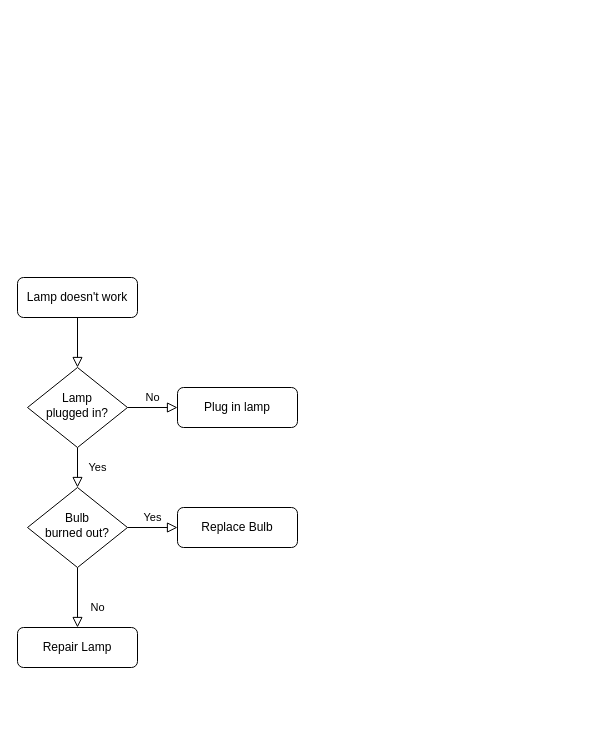
This is diagrama/Untitled Diagram.drawio from MelonSodaCat/Kampfi---Los-4-Fantastibots, a draw.io file, before an edit. Source tidied: cells renumbered, new cells numbered last; positions are measured from the earlier drawing's top-left corner, leaving out a move shared by most shapes. Both pictures are drawn from the tidied source at 100%, with x=0, y=0 at pixel (17, 277).
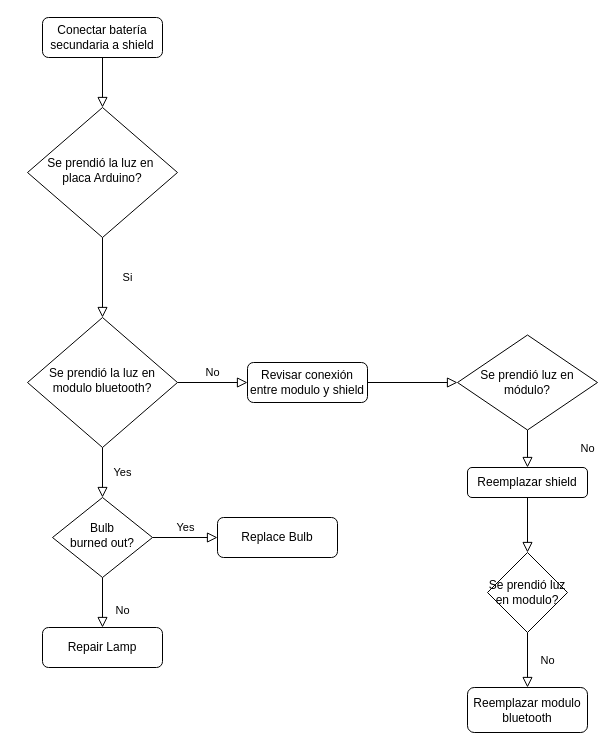
The same diagram, later.

Commit message:
Avance con el diagrama

The edit, as a diff of the source:
```diff
@@
-    <mxCell id="2" style="rounded=0;html=1;jettySize=auto;fontSize=11;endArrow=block;endFill=0;endSize=8;strokeWidth=1;shadow=0;labelBackgroundColor=none;edgeStyle=orthogonalEdgeStyle;" parent="1" edge="1" source="3" target="6">
+    <mxCell id="2" style="rounded=0;html=1;jettySize=auto;fontSize=11;endArrow=block;endFill=0;endSize=8;strokeWidth=1;shadow=0;labelBackgroundColor=none;edgeStyle=orthogonalEdgeStyle;entryX=0.5;entryY=0;entryDx=0;entryDy=0;" parent="1" edge="1" source="3" target="23">
       <mxGeometry relative="1" as="geometry" />
     </mxCell>
-    <mxCell id="3" value="Lamp doesn't work" style="rounded=1;whiteSpace=wrap;html=1;fontSize=12;glass=0;strokeWidth=1;shadow=0;" parent="1" vertex="1">
-      <mxGeometry width="120" height="40" as="geometry" />
+    <mxCell id="3" value="Conectar batería secundaria a shield" style="rounded=1;whiteSpace=wrap;html=1;fontSize=12;glass=0;strokeWidth=1;shadow=0;" parent="1" vertex="1">
+      <mxGeometry x="25" y="-260" width="120" height="40" as="geometry" />
     </mxCell>
@@
-    <mxCell id="6" value="Lamp&lt;br&gt;plugged in?" style="rhombus;whiteSpace=wrap;html=1;shadow=0;fontFamily=Helvetica;fontSize=12;align=center;strokeWidth=1;spacing=6;spacingTop=-4;" parent="1" vertex="1">
-      <mxGeometry x="10" y="90" width="100" height="80" as="geometry" />
+    <mxCell id="6" value="Se prendió la luz en modulo bluetooth?" style="rhombus;whiteSpace=wrap;html=1;shadow=0;fontFamily=Helvetica;fontSize=12;align=center;strokeWidth=1;spacing=6;spacingTop=-4;" parent="1" vertex="1">
+      <mxGeometry x="10" y="40" width="150" height="130" as="geometry" />
     </mxCell>
+    <mxCell id="13" style="edgeStyle=orthogonalEdgeStyle;rounded=0;jettySize=auto;html=1;entryX=0;entryY=0.5;entryDx=0;entryDy=0;endArrow=block;endFill=0;endSize=8;" parent="1" edge="1" source="7" target="15">
+      <mxGeometry relative="1" as="geometry" />
+    </mxCell>
-    <mxCell id="7" value="Plug in lamp" style="rounded=1;whiteSpace=wrap;html=1;fontSize=12;glass=0;strokeWidth=1;shadow=0;" parent="1" vertex="1">
-      <mxGeometry x="160" y="110" width="120" height="40" as="geometry" />
+    <mxCell id="7" value="Revisar conexión entre modulo y shield" style="rounded=1;whiteSpace=wrap;html=1;fontSize=12;glass=0;strokeWidth=1;shadow=0;" parent="1" vertex="1">
+      <mxGeometry x="230" y="85" width="120" height="40" as="geometry" />
     </mxCell>
@@
     <mxCell id="10" value="Bulb&lt;br&gt;burned out?" style="rhombus;whiteSpace=wrap;html=1;shadow=0;fontFamily=Helvetica;fontSize=12;align=center;strokeWidth=1;spacing=6;spacingTop=-4;" parent="1" vertex="1">
-      <mxGeometry x="10" y="210" width="100" height="80" as="geometry" />
+      <mxGeometry x="35" y="220" width="100" height="80" as="geometry" />
     </mxCell>
     <mxCell id="11" value="Repair Lamp" style="rounded=1;whiteSpace=wrap;html=1;fontSize=12;glass=0;strokeWidth=1;shadow=0;" parent="1" vertex="1">
-      <mxGeometry y="350" width="120" height="40" as="geometry" />
+      <mxGeometry x="25" y="350" width="120" height="40" as="geometry" />
     </mxCell>
     <mxCell id="12" value="Replace Bulb" style="rounded=1;whiteSpace=wrap;html=1;fontSize=12;glass=0;strokeWidth=1;shadow=0;" parent="1" vertex="1">
-      <mxGeometry x="160" y="230" width="120" height="40" as="geometry" />
+      <mxGeometry x="200" y="240" width="120" height="40" as="geometry" />
     </mxCell>
+    <mxCell id="14" value="No" style="edgeStyle=orthogonalEdgeStyle;rounded=0;jettySize=auto;html=1;endArrow=block;endFill=0;endSize=8;" parent="1" edge="1" source="15" target="17">
+      <mxGeometry x="0.06" y="20" relative="1" as="geometry">
+        <mxPoint x="40" as="offset" />
+      </mxGeometry>
+    </mxCell>
+    <mxCell id="15" value="Se prendió luz en módulo?" style="rhombus;whiteSpace=wrap;html=1;" parent="1" vertex="1">
+      <mxGeometry x="440" y="57.5" width="140" height="95" as="geometry" />
+    </mxCell>
+    <mxCell id="16" style="edgeStyle=orthogonalEdgeStyle;rounded=0;jettySize=auto;html=1;endArrow=block;endFill=0;endSize=8;" parent="1" edge="1" source="17" target="20">
+      <mxGeometry relative="1" as="geometry" />
+    </mxCell>
+    <mxCell id="17" value="Reemplazar shield" style="whiteSpace=wrap;html=1;perimeterSpacing=0;rounded=1;" parent="1" vertex="1">
+      <mxGeometry x="450" y="190" width="120" height="30" as="geometry" />
+    </mxCell>
+    <mxCell id="18" style="edgeStyle=orthogonalEdgeStyle;rounded=0;orthogonalLoop=1;jettySize=auto;html=1;exitX=0.5;exitY=1;exitDx=0;exitDy=0;endArrow=block;endFill=0;endSize=8;" parent="1" edge="1" source="17" target="17">
+      <mxGeometry relative="1" as="geometry" />
+    </mxCell>
+    <mxCell id="19" value="No" style="edgeStyle=orthogonalEdgeStyle;rounded=0;jettySize=auto;html=1;endArrow=block;endFill=0;endSize=8;" parent="1" edge="1" source="20" target="21">
+      <mxGeometry y="20" relative="1" as="geometry" />
+    </mxCell>
+    <mxCell id="20" value="Se prendió luz en modulo?" style="rhombus;whiteSpace=wrap;html=1;rounded=0;" parent="1" vertex="1">
+      <mxGeometry x="470" y="275" width="80" height="80" as="geometry" />
+    </mxCell>
+    <mxCell id="21" value="Reemplazar modulo bluetooth" style="whiteSpace=wrap;html=1;rounded=1;" parent="1" vertex="1">
+      <mxGeometry x="450" y="410" width="120" height="45" as="geometry" />
+    </mxCell>
+    <mxCell id="22" value="Si" style="edgeStyle=orthogonalEdgeStyle;rounded=0;jettySize=auto;html=1;startArrow=none;startFill=0;endArrow=block;endFill=0;endSize=8;sourcePerimeterSpacing=0;targetPerimeterSpacing=0;" parent="1" edge="1" source="23" target="6">
+      <mxGeometry y="25" relative="1" as="geometry" />
+    </mxCell>
+    <mxCell id="23" value="Se prendió la luz en&amp;nbsp; placa Arduino?" style="rhombus;whiteSpace=wrap;html=1;shadow=0;fontFamily=Helvetica;fontSize=12;align=center;strokeWidth=1;spacing=6;spacingTop=-4;" parent="1" vertex="1">
+      <mxGeometry x="10" y="-170" width="150" height="130" as="geometry" />
+    </mxCell>
```
